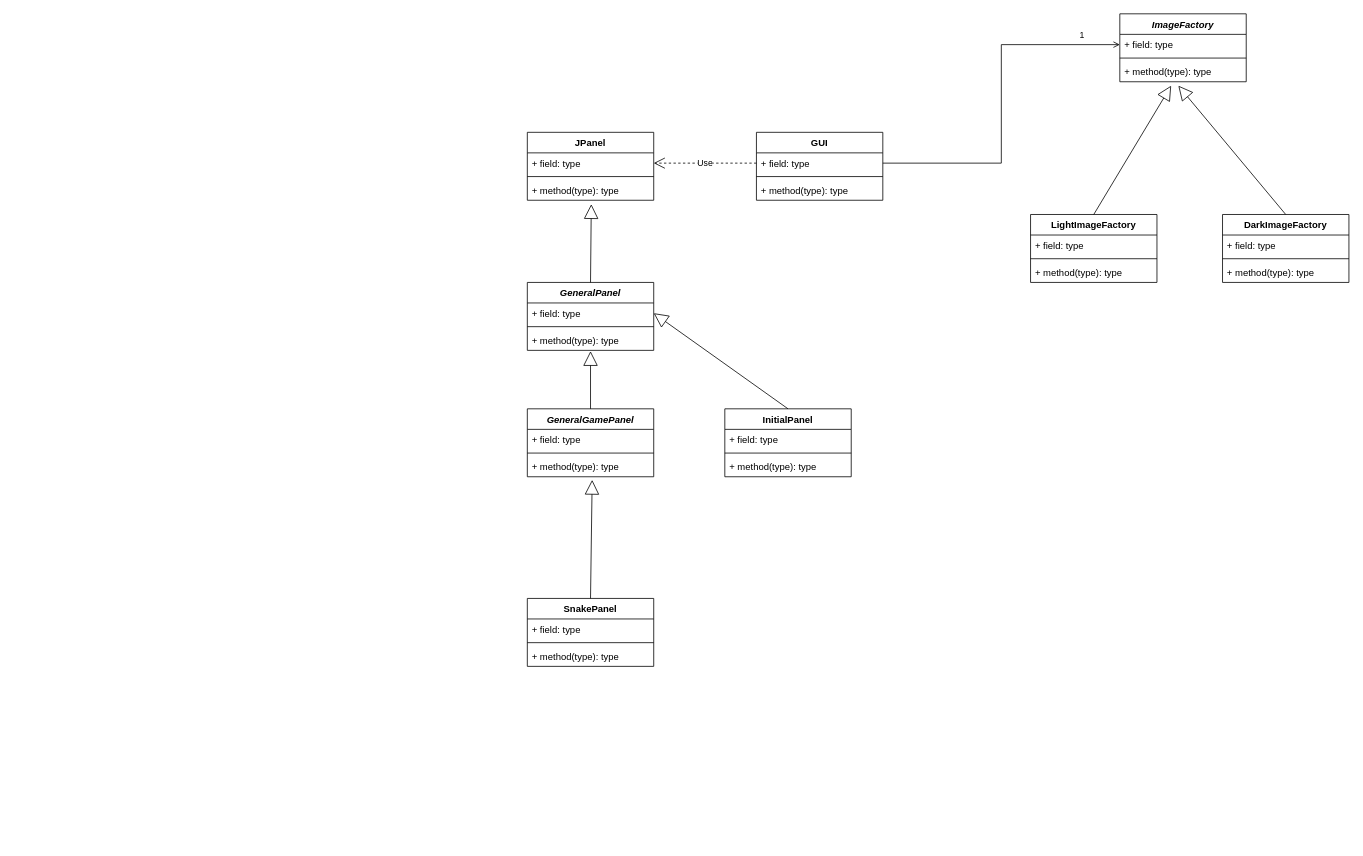
Before: diagrama/classDiagram.drawio in brianalcl/1609, a draw.io diagram. Source tidied: cells renumbered, new cells numbered last; positions are measured from the earlier drawing's top-left corner, leaving out a move shared by most shapes. Both pictures are drawn from the tidied source at 79%, with x=0, y=0 at pixel (527, 13).
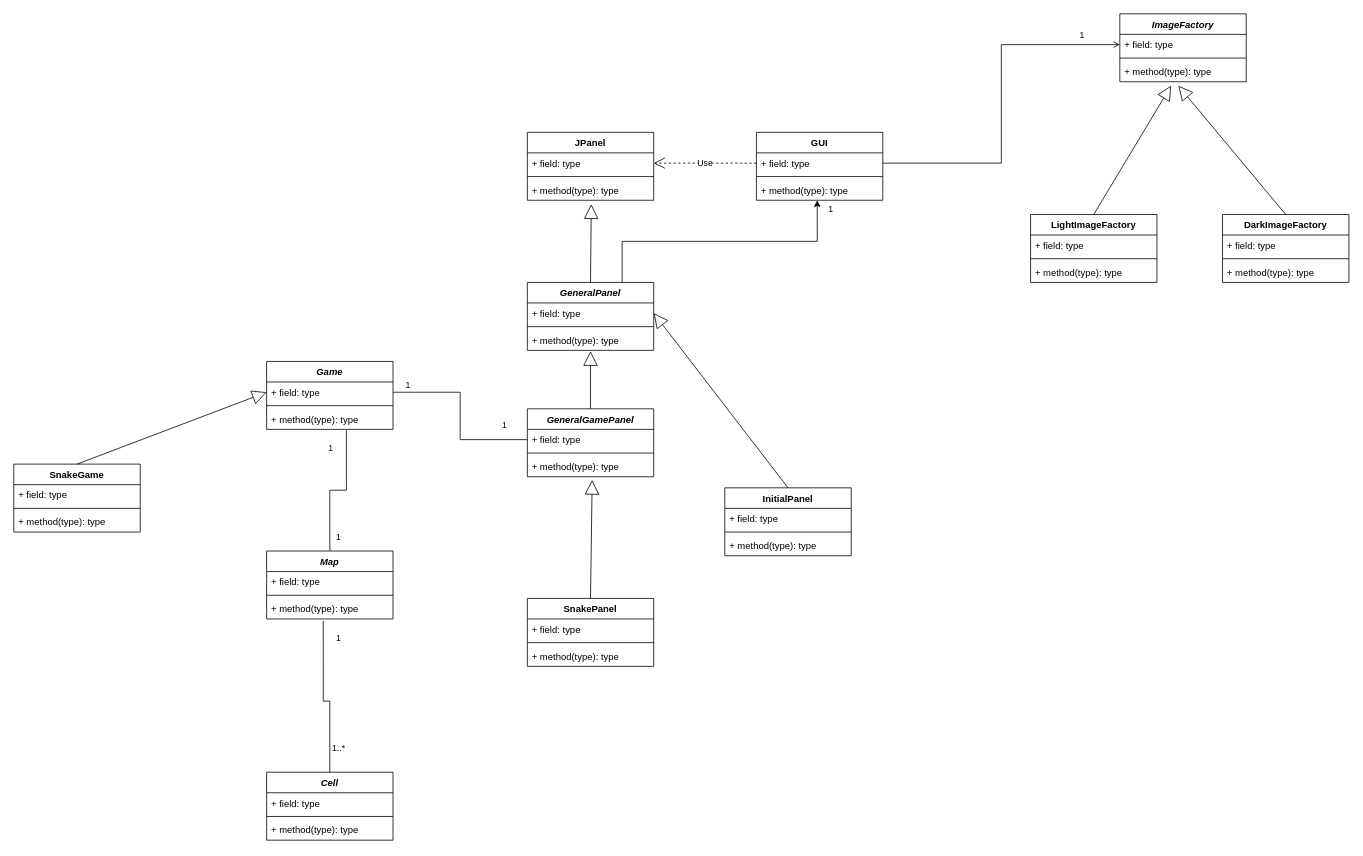
After the change.

The change refers to these unchanged cells:
```xml
<mxCell id="9" value="+ method(type): type" style="text;strokeColor=none;fillColor=none;align=left;verticalAlign=top;spacingLeft=4;spacingRight=4;overflow=hidden;points=[[0,0.5],[1,0.5]];portConstraint=eastwest;" parent="6" vertex="1">
  <mxGeometry y="60" width="160" height="26" as="geometry" />
</mxCell>
<mxCell id="14" value="GeneralPanel" style="swimlane;fontStyle=3;align=center;verticalAlign=top;horizontal=1;startSize=26;" parent="1" vertex="1">
  <mxGeometry y="340" width="160" height="86" as="geometry" />
</mxCell>
<mxCell id="23" value="+ field: type" style="text;strokeColor=none;fillColor=none;align=left;verticalAlign=top;spacingLeft=4;spacingRight=4;overflow=hidden;points=[[0,0.5],[1,0.5]];portConstraint=eastwest;" parent="22" vertex="1">
  <mxGeometry y="26" width="160" height="26" as="geometry" />
</mxCell>
```

What changed in the source:
```diff
@@
     <mxCell id="18" value="InitialPanel" style="swimlane;fontStyle=1;align=center;verticalAlign=top;horizontal=1;startSize=26;" parent="1" vertex="1">
-      <mxGeometry x="250" y="500" width="160" height="86" as="geometry" />
+      <mxGeometry x="250" y="600" width="160" height="86" as="geometry" />
     </mxCell>
@@
+    <mxCell id="47" value="Map" style="swimlane;fontStyle=3;align=center;verticalAlign=top;horizontal=1;startSize=26;" parent="1" vertex="1">
+      <mxGeometry x="-330" y="680" width="160" height="86" as="geometry" />
+    </mxCell>
+    <mxCell id="48" value="+ field: type" style="text;strokeColor=none;fillColor=none;align=left;verticalAlign=top;spacingLeft=4;spacingRight=4;overflow=hidden;" parent="47" vertex="1">
+      <mxGeometry y="26" width="160" height="26" as="geometry" />
+    </mxCell>
+    <mxCell id="49" style="line;strokeWidth=1;fillColor=none;align=left;verticalAlign=middle;spacingTop=-1;spacingLeft=3;spacingRight=3;labelPosition=right;" parent="47" vertex="1">
+      <mxGeometry y="52" width="160" height="8" as="geometry" />
+    </mxCell>
+    <mxCell id="50" value="+ method(type): type" style="text;strokeColor=none;fillColor=none;align=left;verticalAlign=top;spacingLeft=4;spacingRight=4;overflow=hidden;points=[[0,0.5],[1,0.5]];portConstraint=eastwest;" parent="47" vertex="1">
+      <mxGeometry y="60" width="160" height="26" as="geometry" />
+    </mxCell>
+    <mxCell id="51" value="Game" style="swimlane;fontStyle=3;align=center;verticalAlign=top;horizontal=1;startSize=26;" parent="1" vertex="1">
+      <mxGeometry x="-330" y="440" width="160" height="86" as="geometry" />
+    </mxCell>
+    <mxCell id="52" value="+ field: type" style="text;strokeColor=none;fillColor=none;align=left;verticalAlign=top;spacingLeft=4;spacingRight=4;overflow=hidden;points=[[0,0.5],[1,0.5]];portConstraint=eastwest;" parent="51" vertex="1">
+      <mxGeometry y="26" width="160" height="26" as="geometry" />
+    </mxCell>
+    <mxCell id="53" style="line;strokeWidth=1;fillColor=none;align=left;verticalAlign=middle;spacingTop=-1;spacingLeft=3;spacingRight=3;labelPosition=right;" parent="51" vertex="1">
+      <mxGeometry y="52" width="160" height="8" as="geometry" />
+    </mxCell>
+    <mxCell id="54" value="+ method(type): type" style="text;strokeColor=none;fillColor=none;align=left;verticalAlign=top;spacingLeft=4;spacingRight=4;overflow=hidden;points=[[0,0.5],[1,0.5]];portConstraint=eastwest;" parent="51" vertex="1">
+      <mxGeometry y="60" width="160" height="26" as="geometry" />
+    </mxCell>
+    <mxCell id="55" style="edgeStyle=orthogonalEdgeStyle;rounded=0;jettySize=auto;html=1;exitX=0.5;exitY=0;exitDx=0;exitDy=0;entryX=0.631;entryY=1.038;entryDx=0;entryDy=0;endArrow=none;endFill=0;startArrow=none;startFill=0;entryPerimeter=0;" parent="1" edge="1" source="47" target="54">
+      <mxGeometry relative="1" as="geometry" />
+    </mxCell>
+    <mxCell id="56" value="1" style="edgeLabel;html=1;align=center;verticalAlign=middle;" parent="55" vertex="1">
+      <mxGeometry x="-0.92" y="-1" relative="1" as="geometry">
+        <mxPoint x="-1" y="-124" as="offset" />
+      </mxGeometry>
+    </mxCell>
+    <mxCell id="57" value="1" style="edgeLabel;html=1;align=center;verticalAlign=middle;" parent="55" vertex="1">
+      <mxGeometry x="-0.92" y="-1" relative="1" as="geometry">
+        <mxPoint x="9" y="-11" as="offset" />
+      </mxGeometry>
+    </mxCell>
+    <mxCell id="58" style="edgeStyle=orthogonalEdgeStyle;rounded=0;jettySize=auto;html=1;exitX=1;exitY=0.5;exitDx=0;exitDy=0;entryX=0;entryY=0.5;entryDx=0;entryDy=0;endArrow=none;endFill=0;startArrow=none;startFill=0;" parent="1" edge="1" source="52" target="23">
+      <mxGeometry relative="1" as="geometry" />
+    </mxCell>
+    <mxCell id="59" value="1" style="edgeLabel;html=1;align=center;verticalAlign=middle;" parent="58" vertex="1">
+      <mxGeometry x="-0.92" y="-1" relative="1" as="geometry">
+        <mxPoint x="131" y="40" as="offset" />
+      </mxGeometry>
+    </mxCell>
+    <mxCell id="60" value="1" style="edgeLabel;html=1;align=center;verticalAlign=middle;" parent="58" vertex="1">
+      <mxGeometry x="-0.92" y="-1" relative="1" as="geometry">
+        <mxPoint x="9" y="-11" as="offset" />
+      </mxGeometry>
+    </mxCell>
+    <mxCell id="61" style="edgeStyle=orthogonalEdgeStyle;rounded=0;jettySize=auto;html=1;exitX=0.75;exitY=0;exitDx=0;exitDy=0;entryX=0.481;entryY=1;entryDx=0;entryDy=0;entryPerimeter=0;endArrow=classic;endFill=1;" parent="1" edge="1" source="14" target="9">
+      <mxGeometry relative="1" as="geometry" />
+    </mxCell>
+    <mxCell id="62" value="1" style="edgeLabel;html=1;align=center;verticalAlign=middle;" parent="61" vertex="1">
+      <mxGeometry x="0.85" y="-3" relative="1" as="geometry">
+        <mxPoint x="14" y="-15" as="offset" />
+      </mxGeometry>
+    </mxCell>
+    <mxCell id="63" value="SnakeGame" style="swimlane;fontStyle=1;align=center;verticalAlign=top;horizontal=1;startSize=26;" parent="1" vertex="1">
+      <mxGeometry x="-650" y="570" width="160" height="86" as="geometry" />
+    </mxCell>
+    <mxCell id="64" value="+ field: type" style="text;strokeColor=none;fillColor=none;align=left;verticalAlign=top;spacingLeft=4;spacingRight=4;overflow=hidden;" parent="63" vertex="1">
+      <mxGeometry y="26" width="160" height="26" as="geometry" />
+    </mxCell>
+    <mxCell id="65" style="line;strokeWidth=1;fillColor=none;align=left;verticalAlign=middle;spacingTop=-1;spacingLeft=3;spacingRight=3;labelPosition=right;" parent="63" vertex="1">
+      <mxGeometry y="52" width="160" height="8" as="geometry" />
+    </mxCell>
+    <mxCell id="66" value="+ method(type): type" style="text;strokeColor=none;fillColor=none;align=left;verticalAlign=top;spacingLeft=4;spacingRight=4;overflow=hidden;" parent="63" vertex="1">
+      <mxGeometry y="60" width="160" height="26" as="geometry" />
+    </mxCell>
+    <mxCell id="67" style="endArrow=block;endSize=16;endFill=0;html=1;rounded=0;entryX=0;entryY=0.5;entryDx=0;entryDy=0;exitX=0.5;exitY=0;exitDx=0;exitDy=0;" parent="1" edge="1" source="63" target="52">
+      <mxGeometry relative="1" as="geometry" />
+    </mxCell>
+    <mxCell id="68" value="Cell" style="swimlane;fontStyle=3;align=center;verticalAlign=top;horizontal=1;startSize=26;" parent="1" vertex="1">
+      <mxGeometry x="-330" y="960" width="160" height="86" as="geometry" />
+    </mxCell>
+    <mxCell id="69" value="+ field: type" style="text;strokeColor=none;fillColor=none;align=left;verticalAlign=top;spacingLeft=4;spacingRight=4;overflow=hidden;" parent="68" vertex="1">
+      <mxGeometry y="26" width="160" height="26" as="geometry" />
+    </mxCell>
+    <mxCell id="70" style="line;strokeWidth=1;fillColor=none;align=left;verticalAlign=middle;spacingTop=-1;spacingLeft=3;spacingRight=3;labelPosition=right;" parent="68" vertex="1">
+      <mxGeometry y="52" width="160" height="8" as="geometry" />
+    </mxCell>
+    <mxCell id="71" value="+ method(type): type" style="text;strokeColor=none;fillColor=none;align=left;verticalAlign=top;spacingLeft=4;spacingRight=4;overflow=hidden;" parent="68" vertex="1">
+      <mxGeometry y="60" width="160" height="26" as="geometry" />
+    </mxCell>
+    <mxCell id="72" style="edgeStyle=orthogonalEdgeStyle;rounded=0;jettySize=auto;html=1;exitX=0.5;exitY=0;exitDx=0;exitDy=0;entryX=0.448;entryY=1.093;entryDx=0;entryDy=0;endArrow=none;endFill=0;startArrow=none;startFill=0;entryPerimeter=0;" parent="1" edge="1" source="68" target="50">
+      <mxGeometry relative="1" as="geometry">
+        <Array as="points">
+          <mxPoint x="-250" y="870" />
+          <mxPoint x="-258" y="870" />
+          <mxPoint x="-258" y="768" />
+        </Array>
+      </mxGeometry>
+    </mxCell>
+    <mxCell id="73" value="1" style="edgeLabel;html=1;align=center;verticalAlign=middle;" parent="72" vertex="1">
+      <mxGeometry x="-0.92" y="-1" relative="1" as="geometry">
+        <mxPoint x="9" y="-162" as="offset" />
+      </mxGeometry>
+    </mxCell>
+    <mxCell id="74" value="1..*" style="edgeLabel;html=1;align=center;verticalAlign=middle;" parent="72" vertex="1">
+      <mxGeometry x="-0.92" y="-1" relative="1" as="geometry">
+        <mxPoint x="9" y="-24" as="offset" />
+      </mxGeometry>
+    </mxCell>
```
